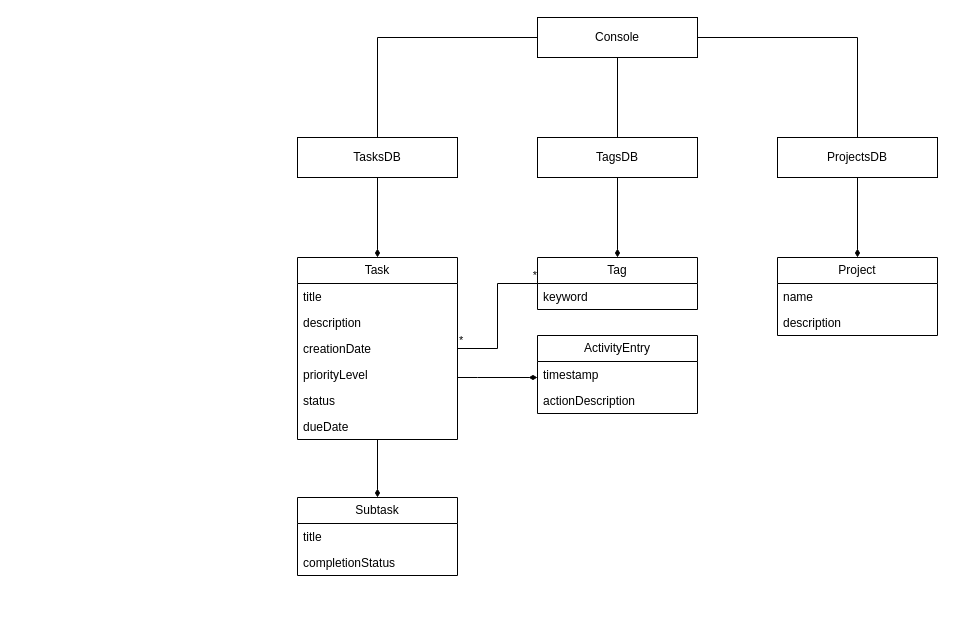
Before: drawio files/UML Domain-Model.drawio in wmbx-28/SOEN342_Project, a draw.io diagram. Source tidied: cells renumbered, new cells numbered last; positions are measured from the earlier drawing's top-left corner, leaving out a move shared by most shapes. Both pictures are drawn from the tidied source at 100%, with x=0, y=0 at pixel (297, 17).
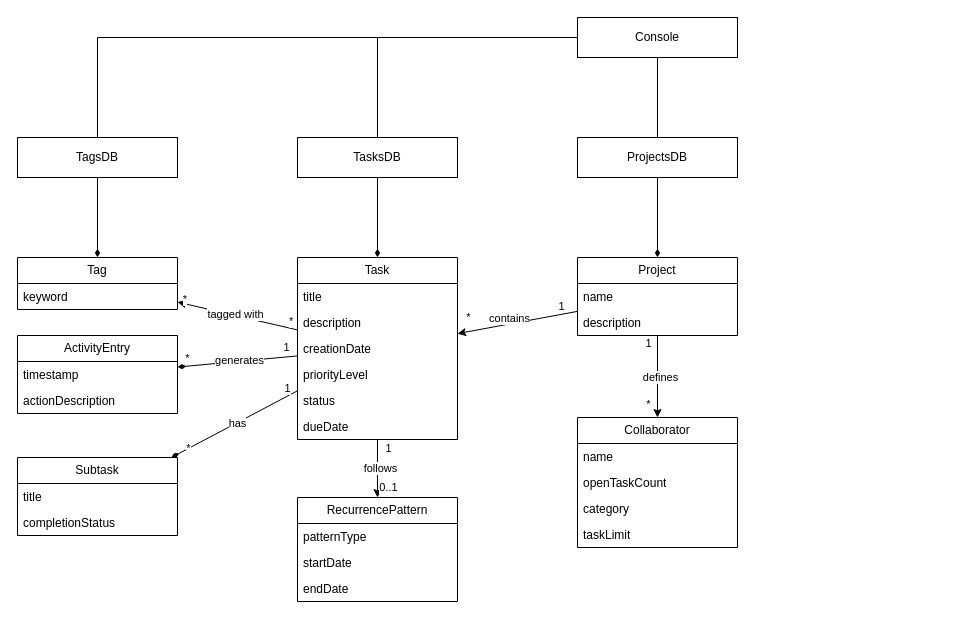
The same diagram, later.

Commit message (it also covers changes not shown here):
Fixed UML Domain-Model graph

Unchanged cells that the change refers to:
```xml
<mxCell id="4" value="Task" style="swimlane;fontStyle=0;horizontal=1;startSize=26;fillColor=none;whiteSpace=wrap;html=1;" parent="1" vertex="1">
  <mxGeometry y="240" width="160" height="182" as="geometry" />
</mxCell>
```

Diff of the diagram source:
```diff
@@
-    <mxCell id="2" style="edgeStyle=orthogonalEdgeStyle;rounded=0;jettySize=auto;html=1;endArrow=diamondThin;endFill=1;" parent="1" edge="1" source="4" target="11">
+    <mxCell id="2" style="rounded=0;jettySize=auto;html=1;endArrow=diamondThin;endFill=1;" parent="1" edge="1" source="4" target="11">
       <mxGeometry relative="1" as="geometry" />
     </mxCell>
+    <mxCell id="35" value="has" style="edgeLabel;html=1;align=center;verticalAlign=middle;" parent="2" vertex="1">
+      <mxGeometry x="-0.05" relative="1" as="geometry" />
+    </mxCell>
+    <mxCell id="36" value="1" style="edgeLabel;html=1;align=center;verticalAlign=middle;" parent="2" vertex="1">
+      <mxGeometry x="-0.89" relative="1" as="geometry">
+        <mxPoint x="-3" y="-7" as="offset" />
+      </mxGeometry>
+    </mxCell>
+    <mxCell id="37" value="*" style="edgeLabel;html=1;align=center;verticalAlign=middle;" parent="2" vertex="1">
+      <mxGeometry x="0.71" relative="1" as="geometry">
+        <mxPoint x="-2" as="offset" />
+      </mxGeometry>
+    </mxCell>
-    <mxCell id="3" style="edgeStyle=orthogonalEdgeStyle;rounded=0;jettySize=auto;html=1;endArrow=diamondThin;endFill=1;" parent="1" edge="1" source="4" target="19">
-      <mxGeometry relative="1" as="geometry">
-        <Array as="points">
-          <mxPoint x="180" y="360" />
-          <mxPoint x="180" y="360" />
-        </Array>
-      </mxGeometry>
+    <mxCell id="3" style="rounded=0;jettySize=auto;html=1;endArrow=diamondThin;endFill=1;" parent="1" edge="1" source="4" target="19">
+      <mxGeometry relative="1" as="geometry" />
     </mxCell>
+    <mxCell id="38" value="1" style="edgeLabel;html=1;align=center;verticalAlign=middle;" parent="3" vertex="1">
+      <mxGeometry x="-0.8" relative="1" as="geometry">
+        <mxPoint y="-10" as="offset" />
+      </mxGeometry>
+    </mxCell>
+    <mxCell id="39" value="generates" style="edgeLabel;html=1;align=center;verticalAlign=middle;" parent="3" vertex="1">
+      <mxGeometry x="-0.02" y="-1" relative="1" as="geometry" />
+    </mxCell>
+    <mxCell id="40" value="*" style="edgeLabel;html=1;align=center;verticalAlign=middle;" parent="3" vertex="1">
+      <mxGeometry x="0.79" y="-1" relative="1" as="geometry">
+        <mxPoint x="-3" y="-7" as="offset" />
+      </mxGeometry>
+    </mxCell>
+    <mxCell id="41" style="rounded=0;jettySize=auto;html=1;" parent="1" edge="1" source="4" target="59">
+      <mxGeometry relative="1" as="geometry" />
+    </mxCell>
+    <mxCell id="42" value="follows" style="edgeLabel;html=1;align=center;verticalAlign=middle;" parent="41" vertex="1">
+      <mxGeometry y="2" relative="1" as="geometry">
+        <mxPoint y="-1" as="offset" />
+      </mxGeometry>
+    </mxCell>
+    <mxCell id="43" value="1" style="edgeLabel;html=1;align=center;verticalAlign=middle;" parent="41" vertex="1">
+      <mxGeometry x="0.55" relative="1" as="geometry">
+        <mxPoint x="10" y="-37" as="offset" />
+      </mxGeometry>
+    </mxCell>
+    <mxCell id="44" value="0..1" style="edgeLabel;html=1;align=center;verticalAlign=middle;" parent="41" vertex="1">
+      <mxGeometry x="0.63" relative="1" as="geometry">
+        <mxPoint x="10" as="offset" />
+      </mxGeometry>
+    </mxCell>
@@
     <mxCell id="11" value="Subtask" style="swimlane;fontStyle=0;horizontal=1;startSize=26;fillColor=none;whiteSpace=wrap;html=1;" parent="1" vertex="1">
-      <mxGeometry y="480" width="160" height="78" as="geometry" />
+      <mxGeometry x="-280" y="440" width="160" height="78" as="geometry" />
     </mxCell>
@@
+    <mxCell id="45" style="rounded=0;jettySize=auto;html=1;" parent="1" edge="1" source="14" target="4">
+      <mxGeometry relative="1" as="geometry" />
+    </mxCell>
+    <mxCell id="46" value="contains" style="edgeLabel;html=1;align=center;verticalAlign=middle;" parent="45" vertex="1">
+      <mxGeometry x="-0.05" y="1" relative="1" as="geometry">
+        <mxPoint x="-12" y="-5" as="offset" />
+      </mxGeometry>
+    </mxCell>
+    <mxCell id="47" value="*" style="edgeLabel;html=1;align=center;verticalAlign=middle;" parent="45" vertex="1">
+      <mxGeometry x="0.71" y="-1" relative="1" as="geometry">
+        <mxPoint x="-7" y="-12" as="offset" />
+      </mxGeometry>
+    </mxCell>
+    <mxCell id="48" value="1" style="edgeLabel;html=1;align=center;verticalAlign=middle;" parent="45" vertex="1">
+      <mxGeometry x="-0.65" y="1" relative="1" as="geometry">
+        <mxPoint x="4" y="-10" as="offset" />
+      </mxGeometry>
+    </mxCell>
+    <mxCell id="49" style="rounded=0;jettySize=auto;html=1;" parent="1" edge="1" source="14" target="54">
+      <mxGeometry relative="1" as="geometry" />
+    </mxCell>
+    <mxCell id="50" value="defines" style="edgeLabel;html=1;align=center;verticalAlign=middle;" parent="49" vertex="1">
+      <mxGeometry x="-0.01" y="2" relative="1" as="geometry" />
+    </mxCell>
+    <mxCell id="51" value="1" style="edgeLabel;html=1;align=center;verticalAlign=middle;" parent="49" vertex="1">
+      <mxGeometry x="-0.82" relative="1" as="geometry">
+        <mxPoint x="-10" as="offset" />
+      </mxGeometry>
+    </mxCell>
+    <mxCell id="52" value="*" style="edgeLabel;html=1;align=center;verticalAlign=middle;" parent="49" vertex="1">
+      <mxGeometry x="0.66" relative="1" as="geometry">
+        <mxPoint x="-10" as="offset" />
+      </mxGeometry>
+    </mxCell>
     <mxCell id="14" value="Project" style="swimlane;fontStyle=0;horizontal=1;startSize=26;fillColor=none;whiteSpace=wrap;html=1;" parent="1" vertex="1">
-      <mxGeometry x="480" y="240" width="160" height="78" as="geometry" />
+      <mxGeometry x="280" y="240" width="160" height="78" as="geometry" />
     </mxCell>
@@
     <mxCell id="17" value="Tag" style="swimlane;fontStyle=0;horizontal=1;startSize=26;fillColor=none;whiteSpace=wrap;html=1;" parent="1" vertex="1">
-      <mxGeometry x="240" y="240" width="160" height="52" as="geometry" />
+      <mxGeometry x="-280" y="240" width="160" height="52" as="geometry" />
     </mxCell>
@@
     <mxCell id="19" value="ActivityEntry" style="swimlane;fontStyle=0;horizontal=1;startSize=26;fillColor=none;whiteSpace=wrap;html=1;" parent="1" vertex="1">
-      <mxGeometry x="240" y="318" width="160" height="78" as="geometry" />
+      <mxGeometry x="-280" y="318" width="160" height="78" as="geometry" />
     </mxCell>
@@
     <mxCell id="25" value="ProjectsDB" style="html=1;whiteSpace=wrap;" parent="1" vertex="1">
-      <mxGeometry x="480" y="120" width="160" height="40" as="geometry" />
+      <mxGeometry x="280" y="120" width="160" height="40" as="geometry" />
     </mxCell>
@@
     <mxCell id="29" value="Console" style="html=1;whiteSpace=wrap;" parent="1" vertex="1">
-      <mxGeometry x="240" width="160" height="40" as="geometry" />
+      <mxGeometry x="280" width="160" height="40" as="geometry" />
     </mxCell>
@@
     <mxCell id="31" value="TagsDB" style="html=1;whiteSpace=wrap;" parent="1" vertex="1">
-      <mxGeometry x="240" y="120" width="160" height="40" as="geometry" />
+      <mxGeometry x="-280" y="120" width="160" height="40" as="geometry" />
     </mxCell>
-    <mxCell id="32" style="endArrow=none;html=1;edgeStyle=orthogonalEdgeStyle;rounded=0;" parent="1" edge="1" source="4" target="17">
+    <mxCell id="32" style="endArrow=classic;html=1;rounded=0;startArrow=none;startFill=0;endFill=1;" parent="1" edge="1" source="4" target="17">
       <mxGeometry relative="1" as="geometry" />
     </mxCell>
     <mxCell id="33" value="*" style="edgeLabel;html=1;align=left;verticalAlign=bottom;" parent="32" vertex="1">
-      <mxGeometry x="-1" relative="1" as="geometry" />
+      <mxGeometry x="-1" relative="1" as="geometry">
+        <mxPoint x="-10" as="offset" />
+      </mxGeometry>
     </mxCell>
     <mxCell id="34" value="*" style="edgeLabel;html=1;align=right;verticalAlign=bottom;" parent="32" vertex="1">
-      <mxGeometry x="1" relative="1" as="geometry" />
+      <mxGeometry x="1" relative="1" as="geometry">
+        <mxPoint x="10" y="5" as="offset" />
+      </mxGeometry>
     </mxCell>
+    <mxCell id="53" value="tagged with" style="edgeLabel;html=1;align=center;verticalAlign=middle;" parent="32" vertex="1">
+      <mxGeometry x="0.04" y="-1" relative="1" as="geometry" />
+    </mxCell>
+    <mxCell id="54" value="Collaborator" style="swimlane;fontStyle=0;horizontal=1;startSize=26;fillColor=none;whiteSpace=wrap;html=1;" parent="1" vertex="1">
+      <mxGeometry x="280" y="400" width="160" height="130" as="geometry" />
+    </mxCell>
+    <mxCell id="55" value="name" style="text;strokeColor=none;fillColor=none;align=left;verticalAlign=top;spacingLeft=4;spacingRight=4;overflow=hidden;whiteSpace=wrap;html=1;" parent="54" vertex="1">
+      <mxGeometry y="26" width="160" height="26" as="geometry" />
+    </mxCell>
+    <mxCell id="56" value="openTaskCount" style="text;strokeColor=none;fillColor=none;align=left;verticalAlign=top;spacingLeft=4;spacingRight=4;overflow=hidden;whiteSpace=wrap;html=1;" parent="54" vertex="1">
+      <mxGeometry y="52" width="160" height="26" as="geometry" />
+    </mxCell>
+    <mxCell id="57" value="category" style="text;strokeColor=none;fillColor=none;align=left;verticalAlign=top;spacingLeft=4;spacingRight=4;overflow=hidden;whiteSpace=wrap;html=1;" parent="54" vertex="1">
+      <mxGeometry y="78" width="160" height="26" as="geometry" />
+    </mxCell>
+    <mxCell id="58" value="taskLimit" style="text;strokeColor=none;fillColor=none;align=left;verticalAlign=top;spacingLeft=4;spacingRight=4;overflow=hidden;whiteSpace=wrap;html=1;" parent="54" vertex="1">
+      <mxGeometry y="104" width="160" height="26" as="geometry" />
+    </mxCell>
+    <mxCell id="59" value="RecurrencePattern" style="swimlane;fontStyle=0;horizontal=1;startSize=26;fillColor=none;whiteSpace=wrap;html=1;" parent="1" vertex="1">
+      <mxGeometry y="480" width="160" height="104" as="geometry" />
+    </mxCell>
+    <mxCell id="60" value="patternType" style="text;strokeColor=none;fillColor=none;align=left;verticalAlign=top;spacingLeft=4;spacingRight=4;overflow=hidden;whiteSpace=wrap;html=1;" parent="59" vertex="1">
+      <mxGeometry y="26" width="160" height="26" as="geometry" />
+    </mxCell>
+    <mxCell id="61" value="startDate" style="text;strokeColor=none;fillColor=none;align=left;verticalAlign=top;spacingLeft=4;spacingRight=4;overflow=hidden;whiteSpace=wrap;html=1;" parent="59" vertex="1">
+      <mxGeometry y="52" width="160" height="26" as="geometry" />
+    </mxCell>
+    <mxCell id="62" value="endDate" style="text;strokeColor=none;fillColor=none;align=left;verticalAlign=top;spacingLeft=4;spacingRight=4;overflow=hidden;whiteSpace=wrap;html=1;" parent="59" vertex="1">
+      <mxGeometry y="78" width="160" height="26" as="geometry" />
+    </mxCell>
```
